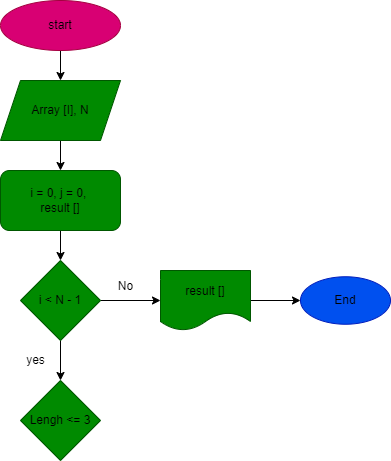
Earlier version of the draw.io export work/task/diagram.drawio.png (konstantin-kif/FinalWork). Source tidied: cells renumbered, new cells last; positions are measured from the earlier drawing's top-left corner, leaving out a move shared by most shapes.
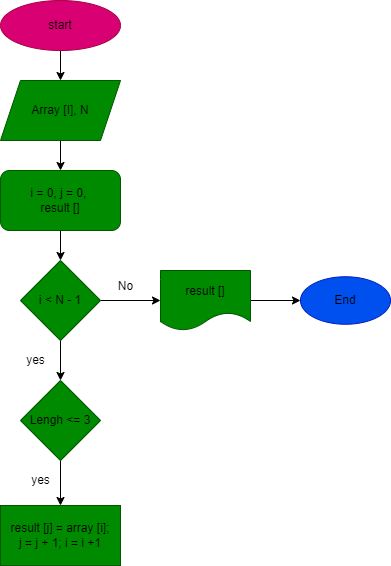
After the change.

The edit, as a diff of the source:
```diff
@@ -41,11 +41,20 @@
     <mxCell id="14" value="&lt;font color=&quot;#000000&quot;&gt;End&lt;/font&gt;" style="ellipse;whiteSpace=wrap;html=1;fontColor=#ffffff;fillColor=#0050ef;strokeColor=#001DBC;" parent="1" vertex="1">
       <mxGeometry x="300" y="276.2" width="90" height="47.5" as="geometry" />
     </mxCell>
+    <mxCell id="17" style="edgeStyle=none;html=1;fontColor=#000000;" parent="1" edge="1" source="15" target="18">
+      <mxGeometry relative="1" as="geometry" />
+    </mxCell>
     <mxCell id="15" value="&lt;font color=&quot;#000000&quot;&gt;Lengh &amp;lt;= 3&lt;/font&gt;" style="rhombus;whiteSpace=wrap;html=1;fontColor=#ffffff;fillColor=#008a00;strokeColor=#005700;" parent="1" vertex="1">
       <mxGeometry x="20" y="380" width="80" height="80" as="geometry" />
     </mxCell>
     <mxCell id="16" value="yes" style="text;html=1;align=center;verticalAlign=middle;strokeColor=none;fillColor=none;fontColor=#000000;" parent="1" vertex="1">
       <mxGeometry x="20" y="350" width="30" height="20" as="geometry" />
     </mxCell>
+    <mxCell id="18" value="&lt;font color=&quot;#000000&quot;&gt;result [j] = array [i];&lt;br&gt;j = j + 1; i = i +1&lt;br&gt;&lt;/font&gt;" style="rounded=0;whiteSpace=wrap;html=1;fontColor=#ffffff;fillColor=#008a00;strokeColor=#005700;" parent="1" vertex="1">
+      <mxGeometry y="505" width="120" height="60" as="geometry" />
+    </mxCell>
+    <mxCell id="19" value="yes" style="text;html=1;align=center;verticalAlign=middle;strokeColor=none;fillColor=none;fontColor=#000000;" parent="1" vertex="1">
+      <mxGeometry x="25" y="470" width="30" height="20" as="geometry" />
+    </mxCell>
   </root>
 </mxGraphModel>
```
